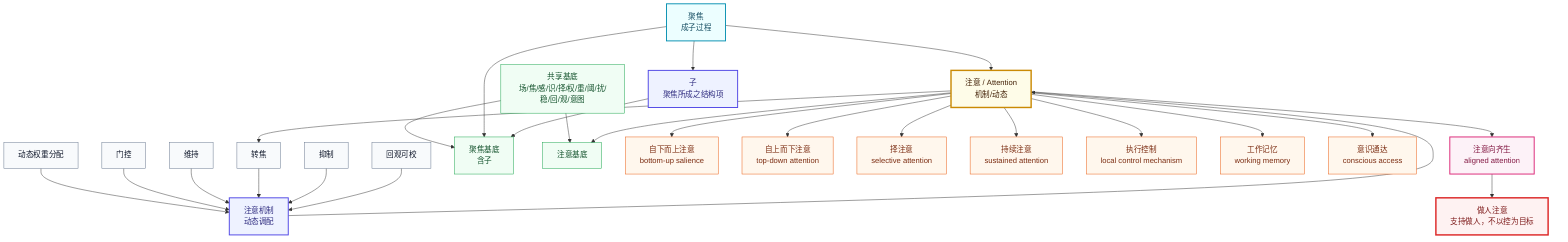
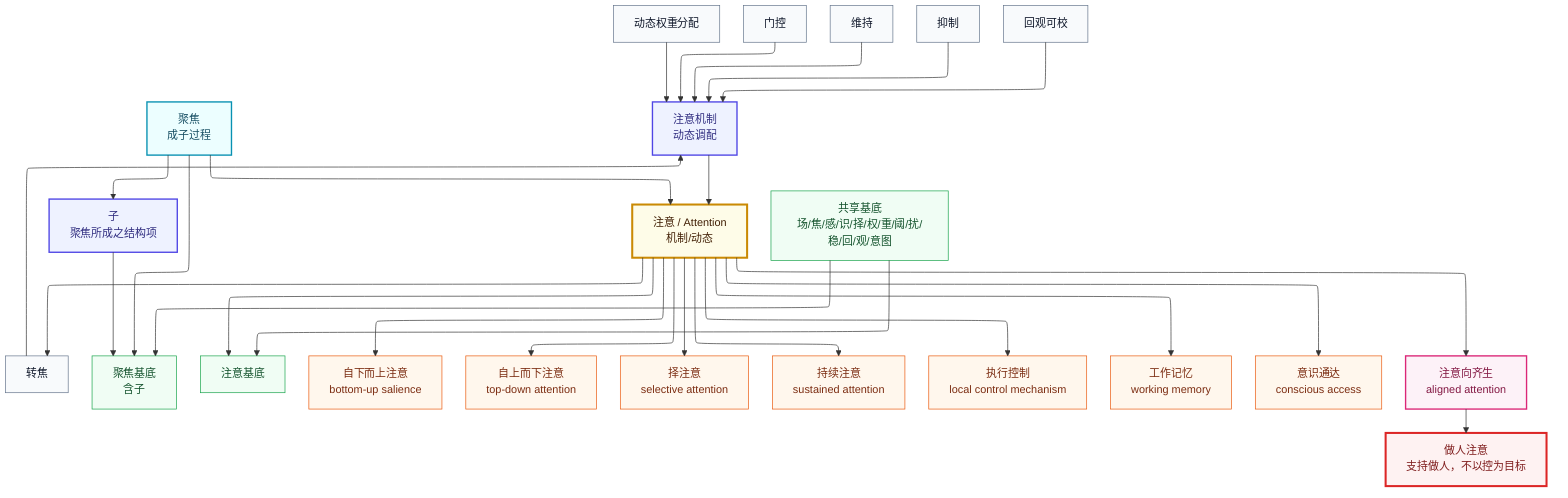
+ %%{init: {"flowchart": {"defaultRenderer": "elk"}}}%%
%% Attention construction DAG. Direction: predecessor --> constructed stage.
flowchart TB
  focus["聚焦\n成子过程"]:::formation
  child["子\n聚焦所成之结构项"]:::structure
  mechanism["注意机制\n动态调配"]:::mechanism
  attention["注意 / Attention\n机制/动态"]:::attention

  weight["动态权重分配"]:::component
  gate["门控"]:::component
  maintain["维持"]:::component
  shift["转焦"]:::component
  inhibit["抑制"]:::component
  audit["回观可校"]:::component

  substrate["共享基底\n场/焦/感/识/择/权/重/阈/扰/稳/回/观/意图"]:::substrate
  focusBase["聚焦基底\n含子"]:::substrate
  attentionBase["注意基底"]:::substrate

  bottom["自下而上注意\nbottom-up salience"]:::pattern
  top["自上而下注意\ntop-down attention"]:::pattern
  selective["择注意\nselective attention"]:::pattern
  sustained["持续注意\nsustained attention"]:::pattern
  executive["执行控制\nlocal control mechanism"]:::pattern
  memory["工作记忆\nworking memory"]:::pattern
  conscious["意识通达\nconscious access"]:::pattern

  aligned["注意向齐生\naligned attention"]:::align
  doingAttention["做人注意\n支持做人，不以控为目标"]:::doing

  focus --> child
  weight --> mechanism
  gate --> mechanism
  maintain --> mechanism
  shift --> mechanism
  inhibit --> mechanism
  audit --> mechanism
  focus --> attention
  mechanism --> attention

  substrate --> focusBase
  substrate --> attentionBase
  focus --> focusBase
  child --> focusBase
  attention --> attentionBase

  attention --> bottom
  attention --> top
  attention --> selective
  attention --> sustained
  attention --> shift
  attention --> executive
  attention --> memory
  attention --> conscious
  attention --> aligned
  aligned --> doingAttention

  classDef formation fill:#ecfeff,stroke:#0891b2,color:#164e63,stroke-width:2px;
  classDef structure fill:#eef2ff,stroke:#4f46e5,color:#312e81,stroke-width:2px;
  classDef mechanism fill:#eef2ff,stroke:#4f46e5,color:#312e81,stroke-width:2px;
  classDef attention fill:#fefce8,stroke:#ca8a04,color:#422006,stroke-width:3px;
  classDef component fill:#f8fafc,stroke:#64748b,color:#0f172a;
  classDef substrate fill:#f0fdf4,stroke:#16a34a,color:#14532d;
  classDef pattern fill:#fff7ed,stroke:#ea580c,color:#7c2d12;
  classDef align fill:#fdf2f8,stroke:#db2777,color:#831843,stroke-width:2px;
  classDef doing fill:#fef2f2,stroke:#dc2626,color:#7f1d1d,stroke-width:3px;
